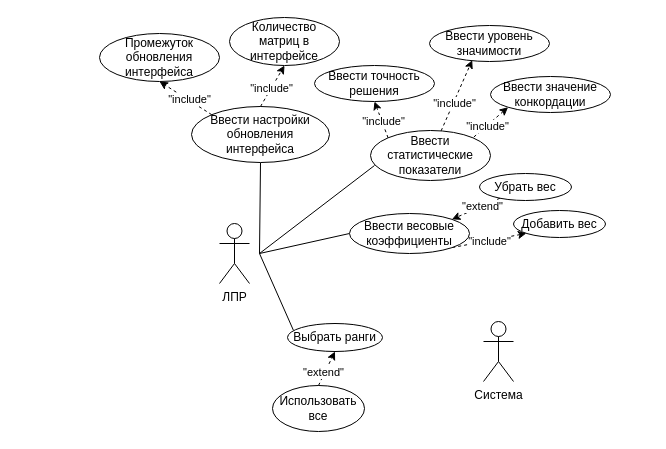
The draw.io diagram draw_io/useCase.drawio in Dimj1k/Works, before the edit. Source tidied: cells renumbered, new cells numbered last; positions are measured from the earlier drawing's top-left corner, leaving out a move shared by most shapes. Both pictures are drawn from the tidied source at 100%, with x=0, y=0 at pixel (99, 17).
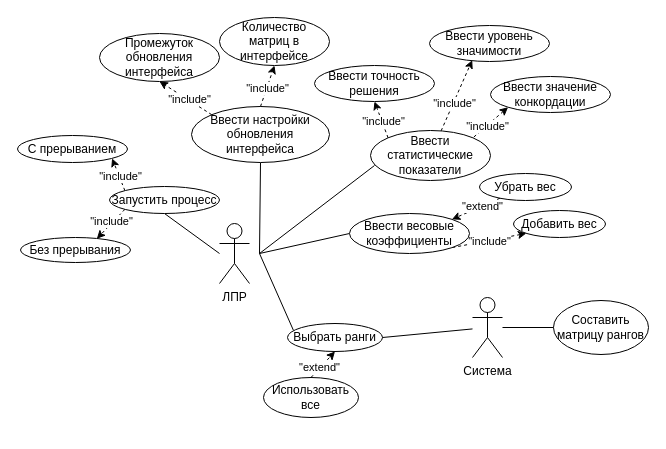
The same diagram, later.

Unchanged cells that the change refers to:
```xml
<mxCell id="13" value="Выбрать ранги" style="ellipse;whiteSpace=wrap;html=1;" parent="1" vertex="1">
  <mxGeometry x="188" y="306" width="95" height="28" as="geometry" />
</mxCell>
```

Diff of the diagram source:
```diff
@@
     <mxCell id="19" value="Использовать все" style="ellipse;whiteSpace=wrap;html=1;" parent="1" vertex="1">
-      <mxGeometry x="173" y="368" width="92" height="46" as="geometry" />
+      <mxGeometry x="164" y="360" width="95" height="40" as="geometry" />
     </mxCell>
@@
+    <mxCell id="28" style="rounded=0;jettySize=auto;html=1;entryX=1;entryY=0.5;entryDx=0;entryDy=0;endArrow=none;endFill=0;" parent="1" edge="1" source="21" target="13">
+      <mxGeometry relative="1" as="geometry" />
+    </mxCell>
+    <mxCell id="29" style="rounded=0;jettySize=auto;html=1;endArrow=none;endFill=0;" parent="1" edge="1" source="21">
+      <mxGeometry relative="1" as="geometry">
+        <mxPoint x="459" y="310" as="targetPoint" />
+      </mxGeometry>
+    </mxCell>
     <mxCell id="21" value="Система" style="shape=umlActor;verticalLabelPosition=bottom;verticalAlign=top;html=1;outlineConnect=0;" parent="1" vertex="1">
-      <mxGeometry x="384" y="304" width="30" height="60" as="geometry" />
+      <mxGeometry x="373" y="280" width="30" height="60" as="geometry" />
     </mxCell>
@@
     <mxCell id="27" value="Количество матриц в интерфейсе" style="ellipse;whiteSpace=wrap;html=1;" parent="1" vertex="1">
-      <mxGeometry x="130" width="110" height="48" as="geometry" />
+      <mxGeometry x="120" width="110" height="48" as="geometry" />
     </mxCell>
+    <mxCell id="30" style="endArrow=none;html=1;rounded=0;endFill=0;entryX=0.5;entryY=1;entryDx=0;entryDy=0;" parent="1" edge="1" target="31">
+      <mxGeometry relative="1" as="geometry">
+        <mxPoint x="120" y="236" as="sourcePoint" />
+      </mxGeometry>
+    </mxCell>
+    <mxCell id="31" value="Запустить процесс" style="ellipse;whiteSpace=wrap;html=1;" parent="1" vertex="1">
+      <mxGeometry x="10" y="169" width="110" height="27" as="geometry" />
+    </mxCell>
+    <mxCell id="32" value="С прерыванием" style="ellipse;whiteSpace=wrap;html=1;" parent="1" vertex="1">
+      <mxGeometry x="-82" y="118" width="110" height="27" as="geometry" />
+    </mxCell>
+    <mxCell id="33" value="Без прерывания" style="ellipse;whiteSpace=wrap;html=1;" parent="1" vertex="1">
+      <mxGeometry x="-79" y="220" width="110" height="25" as="geometry" />
+    </mxCell>
+    <mxCell id="34" value="&quot;include&quot;" style="rounded=0;jettySize=auto;html=1;exitX=0;exitY=1;exitDx=0;exitDy=0;dashed=1;entryX=0.694;entryY=0.049;entryDx=0;entryDy=0;entryPerimeter=0;" parent="1" edge="1" source="31" target="33">
+      <mxGeometry x="-0.13" y="-1" relative="1" as="geometry" />
+    </mxCell>
+    <mxCell id="35" value="&quot;include&quot;" style="rounded=0;jettySize=auto;html=1;exitX=0;exitY=0;exitDx=0;exitDy=0;dashed=1;entryX=1;entryY=1;entryDx=0;entryDy=0;" parent="1" edge="1" source="31" target="32">
+      <mxGeometry x="-0.13" y="-1" relative="1" as="geometry" />
+    </mxCell>
+    <mxCell id="36" value="Составить&lt;br&gt;матрицу рангов" style="ellipse;whiteSpace=wrap;html=1;" parent="1" vertex="1">
+      <mxGeometry x="454" y="283" width="95" height="54" as="geometry" />
+    </mxCell>
```
